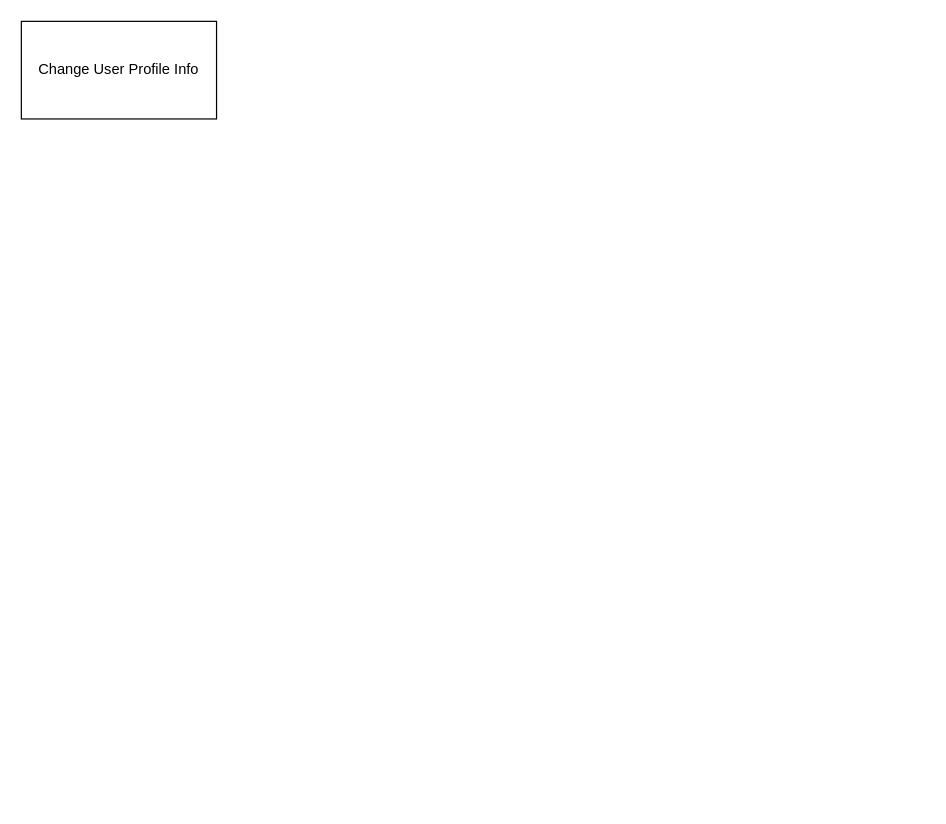
Before: page "UpdateProfileInfo" (7 of 15) of Chronicle_Initial_App_Wireframe_Designs.drawio in Vaibhav-G-Parmar/Chronicle-Your-Ultimate-Travel-Companion, a draw.io diagram. Source tidied: cells renumbered, new cells numbered last; positions are measured from the earlier drawing's top-left corner, leaving out a move shared by most shapes. Both pictures are drawn from the tidied source at 122%, with x=0, y=0 at pixel (21, 21).
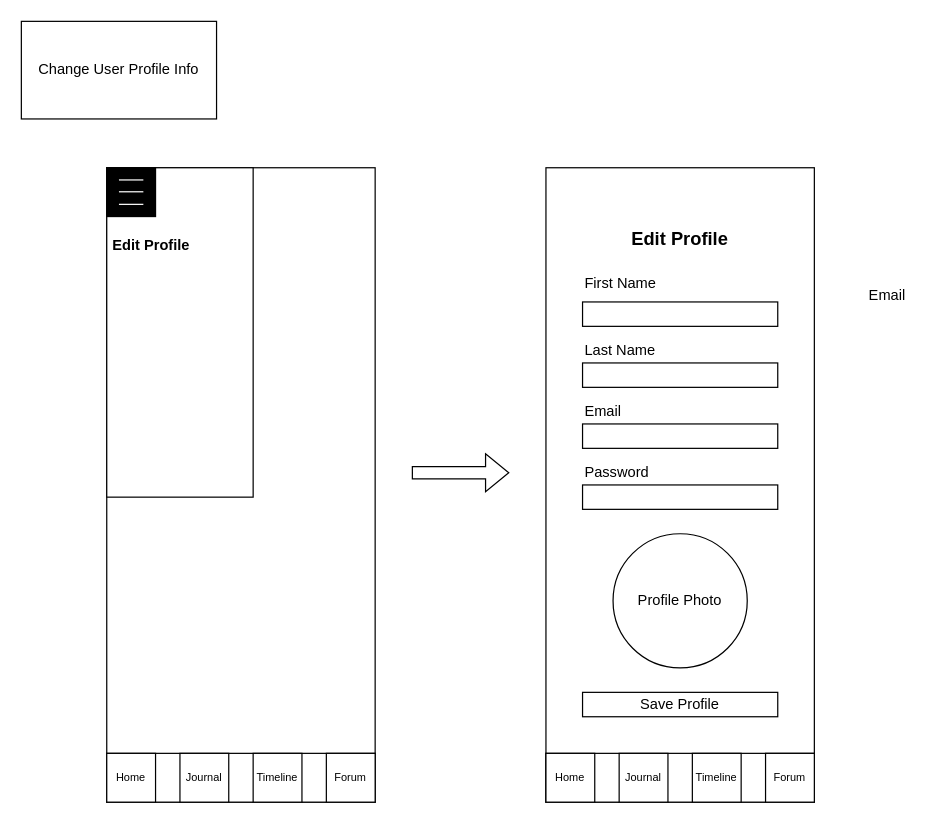
The same diagram, later.

Change to the diagram source:
```diff
@@
+    <mxCell id="3" style="rounded=0;whiteSpace=wrap;html=1;" parent="1" vertex="1">
+      <mxGeometry x="70" y="120" width="220" height="520" as="geometry" />
+    </mxCell>
+    <mxCell id="4" style="rounded=0;whiteSpace=wrap;html=1;" parent="1" vertex="1">
+      <mxGeometry x="70" y="600" width="220" height="40" as="geometry" />
+    </mxCell>
+    <mxCell id="5" value="Forum" style="rounded=0;whiteSpace=wrap;html=1;fontSize=9;" parent="1" vertex="1">
+      <mxGeometry x="250" y="600" width="40" height="40" as="geometry" />
+    </mxCell>
+    <mxCell id="6" value="Timeline" style="rounded=0;whiteSpace=wrap;html=1;fontSize=9;" parent="1" vertex="1">
+      <mxGeometry x="190" y="600" width="40" height="40" as="geometry" />
+    </mxCell>
+    <mxCell id="7" value="Journal" style="rounded=0;whiteSpace=wrap;html=1;fontSize=9;" parent="1" vertex="1">
+      <mxGeometry x="130" y="600" width="40" height="40" as="geometry" />
+    </mxCell>
+    <mxCell id="8" value="Home" style="rounded=0;whiteSpace=wrap;html=1;fontSize=9;" parent="1" vertex="1">
+      <mxGeometry x="70" y="600" width="40" height="40" as="geometry" />
+    </mxCell>
+    <mxCell id="9" style="rounded=0;whiteSpace=wrap;html=1;" parent="1" vertex="1">
+      <mxGeometry x="70" y="120" width="120" height="270" as="geometry" />
+    </mxCell>
+    <mxCell id="10" style="rounded=0;whiteSpace=wrap;html=1;fontSize=9;fillColor=#000000;" parent="1" vertex="1">
+      <mxGeometry x="70" y="120" width="40" height="40" as="geometry" />
+    </mxCell>
+    <mxCell id="11" style="endArrow=none;html=1;rounded=0;strokeColor=#FFFFFF;" parent="1" edge="1">
+      <mxGeometry relative="1" as="geometry">
+        <mxPoint x="80" y="150" as="sourcePoint" />
+        <mxPoint x="100" y="150" as="targetPoint" />
+      </mxGeometry>
+    </mxCell>
+    <mxCell id="12" style="endArrow=none;html=1;rounded=0;strokeColor=#FFFFFF;" parent="1" edge="1">
+      <mxGeometry relative="1" as="geometry">
+        <mxPoint x="80" y="139.7" as="sourcePoint" />
+        <mxPoint x="100" y="139.7" as="targetPoint" />
+      </mxGeometry>
+    </mxCell>
+    <mxCell id="13" style="endArrow=none;html=1;rounded=0;strokeColor=#FFFFFF;" parent="1" edge="1">
+      <mxGeometry relative="1" as="geometry">
+        <mxPoint x="80" y="130" as="sourcePoint" />
+        <mxPoint x="100" y="130" as="targetPoint" />
+      </mxGeometry>
+    </mxCell>
+    <mxCell id="14" value="&lt;h1 style=&quot;&quot;&gt;&lt;font style=&quot;font-size: 12px;&quot;&gt;Edit Profile&lt;/font&gt;&lt;/h1&gt;" style="text;html=1;strokeColor=none;fillColor=none;spacing=5;spacingTop=-20;whiteSpace=wrap;overflow=hidden;rounded=0;" parent="1" vertex="1">
+      <mxGeometry x="70" y="160" width="90" height="30" as="geometry" />
+    </mxCell>
+    <mxCell id="15" style="shape=flexArrow;endArrow=classic;html=1;rounded=0;" parent="1" edge="1">
+      <mxGeometry relative="1" as="geometry">
+        <mxPoint x="320" y="370" as="sourcePoint" />
+        <mxPoint x="400" y="370" as="targetPoint" />
+      </mxGeometry>
+    </mxCell>
+    <mxCell id="16" style="rounded=0;whiteSpace=wrap;html=1;" parent="1" vertex="1">
+      <mxGeometry x="430" y="120" width="220" height="520" as="geometry" />
+    </mxCell>
+    <mxCell id="17" style="rounded=0;whiteSpace=wrap;html=1;" parent="1" vertex="1">
+      <mxGeometry x="430" y="600" width="220" height="40" as="geometry" />
+    </mxCell>
+    <mxCell id="18" value="Forum" style="rounded=0;whiteSpace=wrap;html=1;fontSize=9;" parent="1" vertex="1">
+      <mxGeometry x="610" y="600" width="40" height="40" as="geometry" />
+    </mxCell>
+    <mxCell id="19" value="Timeline" style="rounded=0;whiteSpace=wrap;html=1;fontSize=9;" parent="1" vertex="1">
+      <mxGeometry x="550" y="600" width="40" height="40" as="geometry" />
+    </mxCell>
+    <mxCell id="20" value="Journal" style="rounded=0;whiteSpace=wrap;html=1;fontSize=9;" parent="1" vertex="1">
+      <mxGeometry x="490" y="600" width="40" height="40" as="geometry" />
+    </mxCell>
+    <mxCell id="21" value="Home" style="rounded=0;whiteSpace=wrap;html=1;fontSize=9;" parent="1" vertex="1">
+      <mxGeometry x="430" y="600" width="40" height="40" as="geometry" />
+    </mxCell>
+    <mxCell id="22" style="endArrow=none;html=1;rounded=0;strokeColor=#FFFFFF;" parent="1" edge="1">
+      <mxGeometry relative="1" as="geometry">
+        <mxPoint x="440" y="150" as="sourcePoint" />
+        <mxPoint x="460" y="150" as="targetPoint" />
+      </mxGeometry>
+    </mxCell>
+    <mxCell id="23" style="endArrow=none;html=1;rounded=0;strokeColor=#FFFFFF;" parent="1" edge="1">
+      <mxGeometry relative="1" as="geometry">
+        <mxPoint x="440" y="139.7" as="sourcePoint" />
+        <mxPoint x="460" y="139.7" as="targetPoint" />
+      </mxGeometry>
+    </mxCell>
+    <mxCell id="24" style="endArrow=none;html=1;rounded=0;strokeColor=#FFFFFF;" parent="1" edge="1">
+      <mxGeometry relative="1" as="geometry">
+        <mxPoint x="440" y="130" as="sourcePoint" />
+        <mxPoint x="460" y="130" as="targetPoint" />
+      </mxGeometry>
+    </mxCell>
+    <mxCell id="25" value="&lt;h1 style=&quot;font-size: 15px;&quot;&gt;&lt;font style=&quot;font-size: 15px;&quot;&gt;Edit Profile&lt;/font&gt;&lt;/h1&gt;" style="text;html=1;strokeColor=none;fillColor=none;spacing=5;spacingTop=-20;whiteSpace=wrap;overflow=hidden;rounded=0;align=center;fontSize=15;" parent="1" vertex="1">
+      <mxGeometry x="495" y="170" width="90" height="30" as="geometry" />
+    </mxCell>
+    <mxCell id="26" style="rounded=0;whiteSpace=wrap;html=1;align=left;" parent="1" vertex="1">
+      <mxGeometry x="460" y="380" width="160" height="20" as="geometry" />
+    </mxCell>
+    <mxCell id="27" value="Email" style="text;html=1;strokeColor=none;fillColor=none;align=center;verticalAlign=middle;whiteSpace=wrap;rounded=0;" parent="1" vertex="1">
+      <mxGeometry x="680" y="210" width="60" height="30" as="geometry" />
+    </mxCell>
+    <mxCell id="28" value="Save Profile" style="rounded=0;whiteSpace=wrap;html=1;" parent="1" vertex="1">
+      <mxGeometry x="460" y="550" width="160" height="20" as="geometry" />
+    </mxCell>
+    <mxCell id="29" style="rounded=0;whiteSpace=wrap;html=1;align=left;" parent="1" vertex="1">
+      <mxGeometry x="460" y="230" width="160" height="20" as="geometry" />
+    </mxCell>
+    <mxCell id="30" style="rounded=0;whiteSpace=wrap;html=1;align=left;" parent="1" vertex="1">
+      <mxGeometry x="460" y="280" width="160" height="20" as="geometry" />
+    </mxCell>
+    <mxCell id="31" style="rounded=0;whiteSpace=wrap;html=1;align=left;" parent="1" vertex="1">
+      <mxGeometry x="460" y="330" width="160" height="20" as="geometry" />
+    </mxCell>
+    <mxCell id="32" value="First Name" style="text;html=1;strokeColor=none;fillColor=none;align=left;verticalAlign=middle;whiteSpace=wrap;rounded=0;" parent="1" vertex="1">
+      <mxGeometry x="460" y="210" width="70" height="10" as="geometry" />
+    </mxCell>
+    <mxCell id="33" value="Email" style="text;html=1;strokeColor=none;fillColor=none;align=left;verticalAlign=middle;whiteSpace=wrap;rounded=0;" parent="1" vertex="1">
+      <mxGeometry x="460" y="310" width="70" height="20" as="geometry" />
+    </mxCell>
+    <mxCell id="34" value="Password" style="text;html=1;strokeColor=none;fillColor=none;align=left;verticalAlign=middle;whiteSpace=wrap;rounded=0;" parent="1" vertex="1">
+      <mxGeometry x="460" y="360" width="60" height="20" as="geometry" />
+    </mxCell>
+    <mxCell id="35" value="Profile Photo" style="ellipse;whiteSpace=wrap;html=1;" parent="1" vertex="1">
+      <mxGeometry x="485" y="420" width="110" height="110" as="geometry" />
+    </mxCell>
+    <mxCell id="36" value="Last Name" style="text;html=1;strokeColor=none;fillColor=none;align=left;verticalAlign=middle;whiteSpace=wrap;rounded=0;" parent="1" vertex="1">
+      <mxGeometry x="460" y="260" width="70" height="20" as="geometry" />
+    </mxCell>
```
